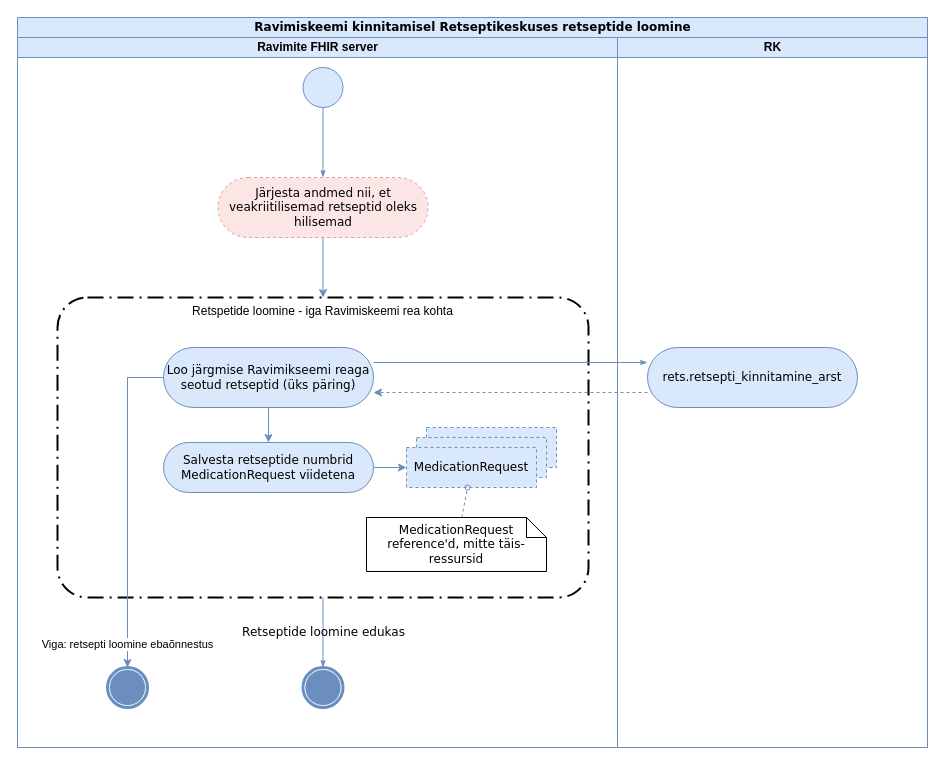
This is input/images-source/rkrloomine.drawio from TEHIK-EE/ig-ee-medication-scheme, a draw.io file, before an edit. Source tidied: cells renumbered, new cells numbered last; positions are measured from the earlier drawing's top-left corner, leaving out a move shared by most shapes. Both pictures are drawn from the tidied source at 100%, with x=0, y=0 at pixel (17, 17).
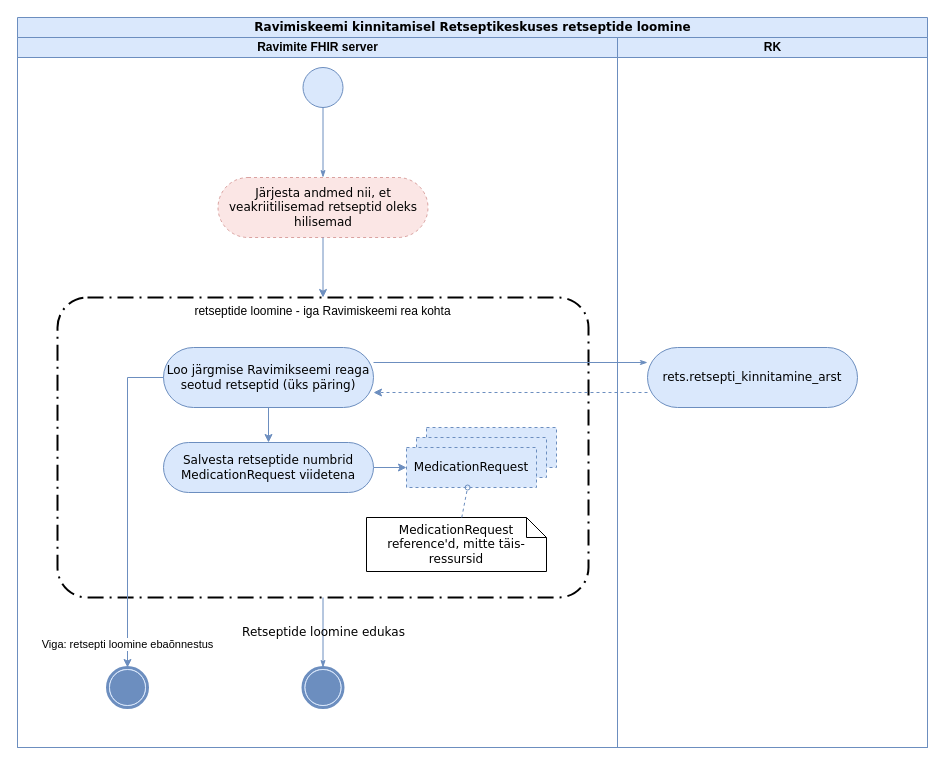
After the change.

The change refers to these unchanged cells:
```xml
<mxCell id="3" value="Ravimite FHIR server" style="swimlane;html=1;startSize=20;fillColor=#dae8fc;strokeColor=#6c8ebf;" parent="2" vertex="1">
  <mxGeometry y="20" width="600" height="710" as="geometry" />
</mxCell>
```

Diff of the diagram source:
```diff
@@
-    <mxCell id="4" value="Retspetide loomine - iga Ravimiskeemi rea kohta" style="points=[[0.25,0,0],[0.5,0,0],[0.75,0,0],[1,0.25,0],[1,0.5,0],[1,0.75,0],[0.75,1,0],[0.5,1,0],[0.25,1,0],[0,0.75,0],[0,0.5,0],[0,0.25,0]];rounded=1;arcSize=10;dashed=1;strokeColor=#000000;fillColor=none;gradientColor=none;dashPattern=8 3 1 3;strokeWidth=2;whiteSpace=wrap;html=1;verticalAlign=top;" parent="3" vertex="1">
+    <mxCell id="4" value="retseptide loomine - iga Ravimiskeemi rea kohta" style="points=[[0.25,0,0],[0.5,0,0],[0.75,0,0],[1,0.25,0],[1,0.5,0],[1,0.75,0],[0.75,1,0],[0.5,1,0],[0.25,1,0],[0,0.75,0],[0,0.5,0],[0,0.25,0]];rounded=1;arcSize=10;dashed=1;strokeColor=#000000;fillColor=none;gradientColor=none;dashPattern=8 3 1 3;strokeWidth=2;whiteSpace=wrap;html=1;verticalAlign=top;" parent="3" vertex="1">
       <mxGeometry x="40" y="260" width="531" height="300" as="geometry" />
     </mxCell>
```
